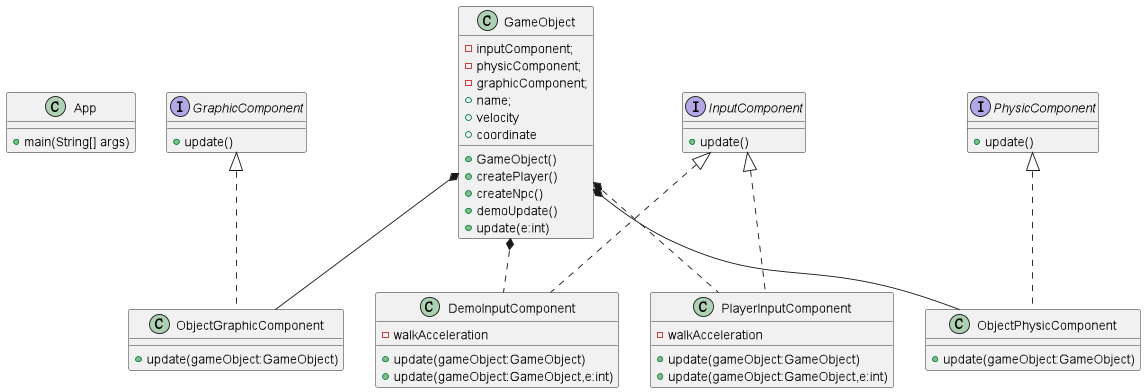
Before: component/etc/component.uml.png, a diagram exported from PlantUML (iluwatar/java-design-patterns).
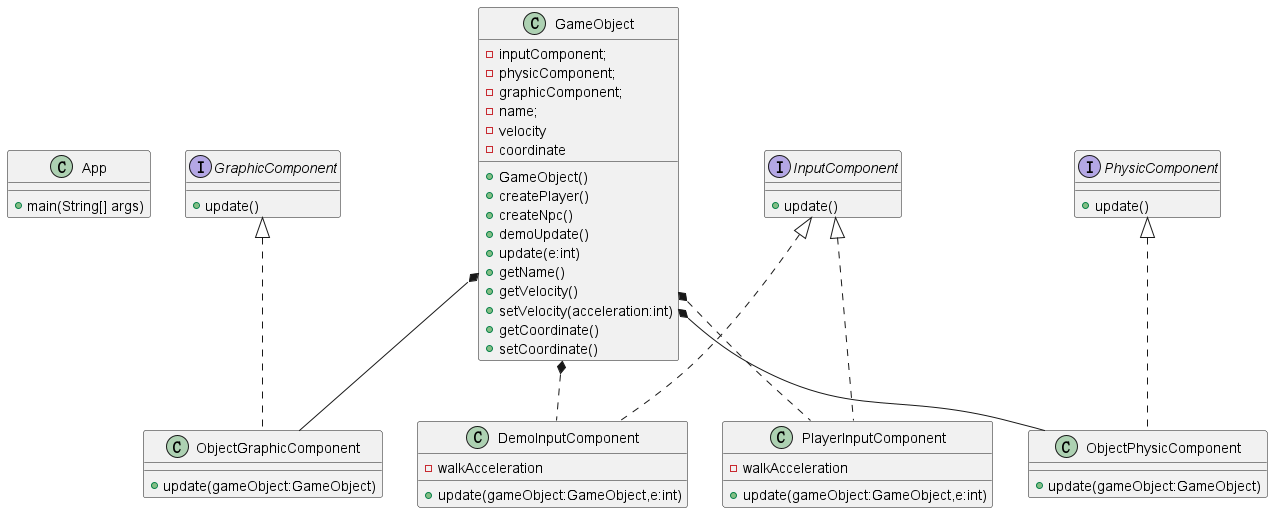
After the change.

What changed in the source:
```diff
@@ -10,8 +10,6 @@
 class DemoInputComponent
 class PlayerInputComponent
 class ObjectPhysicComponent
-
-
 
 GraphicComponent <|.. ObjectGraphicComponent
 InputComponent <|.. DemoInputComponent
@@ -30,15 +28,20 @@
   - inputComponent;
   - physicComponent;
   - graphicComponent;
-  + name;
-  + velocity
-  + coordinate
+  - name;
+  - velocity
+  - coordinate
 
   +GameObject()
   +createPlayer()
   +createNpc()
   +demoUpdate()
   +update(e:int)
+  +getName()
+  +getVelocity()
+  +setVelocity(acceleration:int)
+  +getCoordinate()
+  +setCoordinate()
 }
 
 interface GraphicComponent{
@@ -59,13 +62,11 @@
 
 class DemoInputComponent{
     -walkAcceleration
-    +update(gameObject:GameObject)
     +update(gameObject:GameObject,e:int)
 }
 
 class PlayerInputComponent{
     -walkAcceleration
-    +update(gameObject:GameObject)
     +update(gameObject:GameObject,e:int)
 }
 
```
